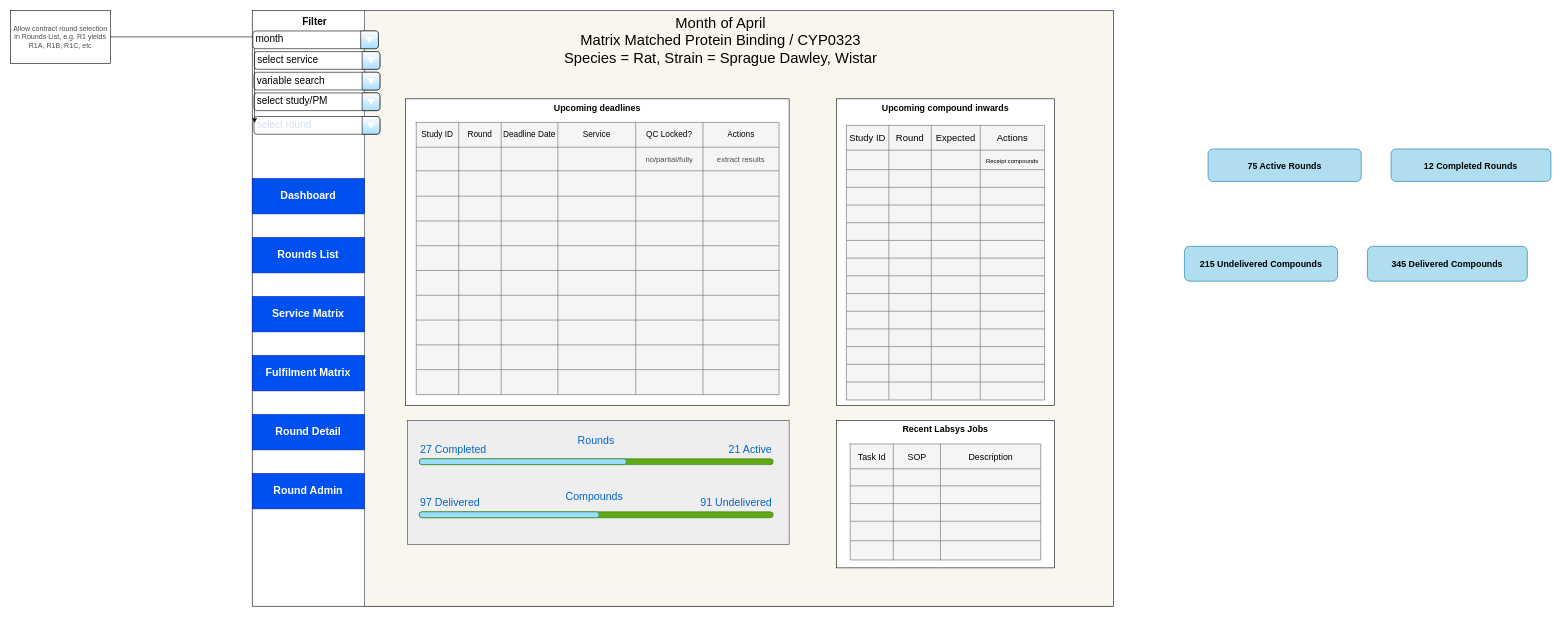
mdegaris/react-learning keeps this draw.io diagram as wip-dash.drawio. Above is the earlier version. Source tidied: cells renumbered, new cells numbered last; positions are measured from the earlier drawing's top-left corner, leaving out a move shared by most shapes. Both pictures are drawn from the tidied source at 59%, with x=0, y=0 at pixel (10, 10).
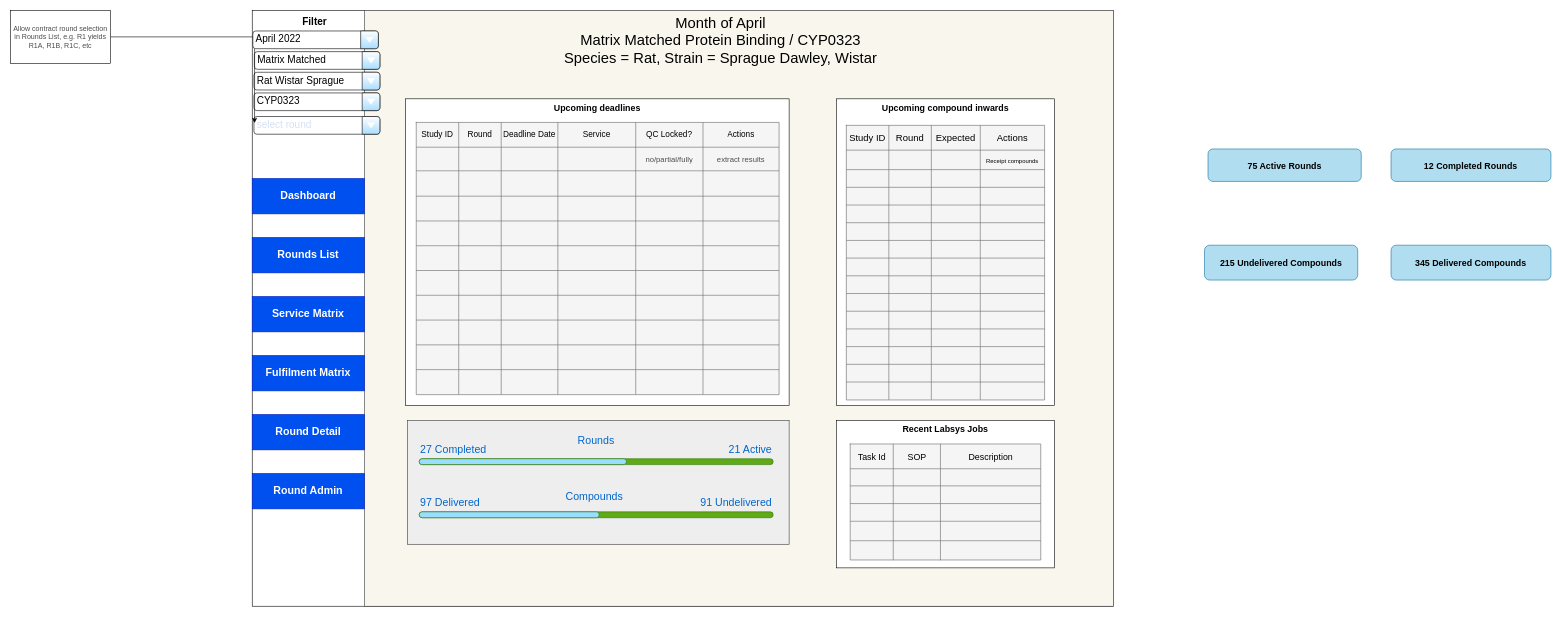
The same diagram, later.

What changed in the source:
```diff
@@
-    <mxCell id="194" value="select study/PM" style="strokeWidth=1;shadow=0;dashed=0;align=center;html=1;shape=mxgraph.mockup.forms.comboBox;align=left;fillColor2=#aaddff;mainText=;fontSize=17;spacingLeft=3;rounded=0;glass=0;dashPattern=1 4;labelBackgroundColor=none;labelBorderColor=none;sketch=0;" parent="1" vertex="1">
+    <mxCell id="194" value="CYP0323" style="strokeWidth=1;shadow=0;dashed=0;align=center;html=1;shape=mxgraph.mockup.forms.comboBox;align=left;fillColor2=#aaddff;mainText=;fontSize=17;spacingLeft=3;rounded=0;glass=0;dashPattern=1 4;labelBackgroundColor=none;labelBorderColor=none;sketch=0;" parent="1" vertex="1">
       <mxGeometry x="412.9" y="140" width="213.5" height="30" as="geometry" />
     </mxCell>
-    <mxCell id="195" value="variable search" style="strokeWidth=1;shadow=0;dashed=0;align=center;html=1;shape=mxgraph.mockup.forms.comboBox;align=left;fillColor2=#aaddff;mainText=;fontSize=17;spacingLeft=3;rounded=0;glass=0;dashPattern=1 4;labelBackgroundColor=none;labelBorderColor=none;sketch=0;" parent="1" vertex="1">
+    <mxCell id="195" value="Rat Wistar Sprague" style="strokeWidth=1;shadow=0;dashed=0;align=center;html=1;shape=mxgraph.mockup.forms.comboBox;align=left;fillColor2=#aaddff;mainText=;fontSize=17;spacingLeft=3;rounded=0;glass=0;dashPattern=1 4;labelBackgroundColor=none;labelBorderColor=none;sketch=0;" parent="1" vertex="1">
       <mxGeometry x="412.9" y="105" width="213.5" height="30" as="geometry" />
     </mxCell>
-    <mxCell id="196" value="select service" style="strokeWidth=1;shadow=0;dashed=0;align=center;html=1;shape=mxgraph.mockup.forms.comboBox;align=left;fillColor2=#aaddff;mainText=;fontSize=17;spacingLeft=3;rounded=0;glass=0;dashPattern=1 4;labelBackgroundColor=none;labelBorderColor=none;sketch=0;" parent="1" vertex="1">
+    <mxCell id="196" value="Matrix Matched" style="strokeWidth=1;shadow=0;dashed=0;align=center;html=1;shape=mxgraph.mockup.forms.comboBox;align=left;fillColor2=#aaddff;mainText=;fontSize=17;spacingLeft=3;rounded=0;glass=0;dashPattern=1 4;labelBackgroundColor=none;labelBorderColor=none;sketch=0;" parent="1" vertex="1">
       <mxGeometry x="413.6" y="70" width="212.8" height="30" as="geometry" />
     </mxCell>
@@
     <mxCell id="201" value="215 Undelivered Compounds" style="rounded=1;whiteSpace=wrap;html=1;fontSize=15;labelBackgroundColor=none;fillColor=#b1ddf0;strokeColor=#10739e;fontStyle=1;" parent="1" vertex="1">
-      <mxGeometry x="1990" y="400" width="259.7" height="59.1" as="geometry" />
+      <mxGeometry x="2024" y="398.1" width="259.7" height="59.1" as="geometry" />
     </mxCell>
     <mxCell id="202" value="345 Delivered Compounds" style="rounded=1;whiteSpace=wrap;html=1;fontSize=15;labelBackgroundColor=none;fillColor=#b1ddf0;strokeColor=#10739e;fontStyle=1;" parent="1" vertex="1">
-      <mxGeometry x="2300.2" y="400" width="271" height="59.1" as="geometry" />
+      <mxGeometry x="2340.2" y="398.1" width="271" height="59.1" as="geometry" />
     </mxCell>
@@
-    <mxCell id="205" value="month" style="strokeWidth=1;shadow=0;dashed=0;align=center;html=1;shape=mxgraph.mockup.forms.comboBox;align=left;fillColor2=#aaddff;mainText=;fontSize=17;spacingLeft=3;rounded=0;glass=0;dashPattern=1 4;labelBackgroundColor=none;labelBorderColor=none;sketch=0;" parent="1" vertex="1">
+    <mxCell id="205" value="April 2022" style="strokeWidth=1;shadow=0;dashed=0;align=center;html=1;shape=mxgraph.mockup.forms.comboBox;align=left;fillColor2=#aaddff;mainText=;fontSize=17;spacingLeft=3;rounded=0;glass=0;dashPattern=1 4;labelBackgroundColor=none;labelBorderColor=none;sketch=0;" parent="1" vertex="1">
       <mxGeometry x="411" y="35" width="212.8" height="30" as="geometry" />
     </mxCell>
```
